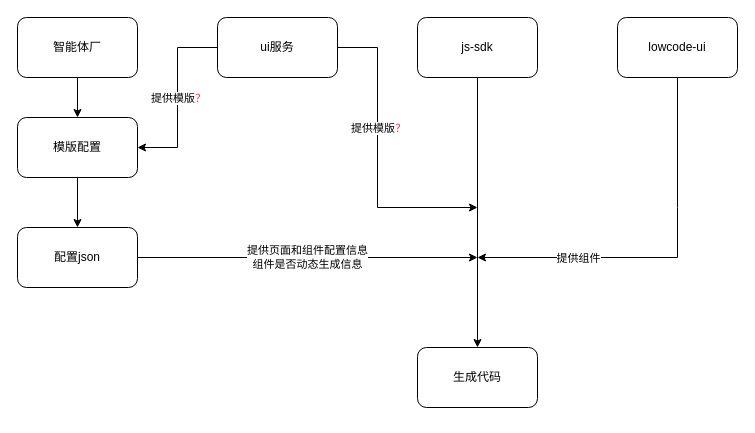
The draw.io diagram ui服务.drawio in Sunkisot/drawio, before the edit. Source tidied: cells renumbered, new cells numbered last; positions are measured from the earlier drawing's top-left corner, leaving out a move shared by most shapes. Both pictures are drawn from the tidied source at 100%, with x=0, y=0 at pixel (17, 17).
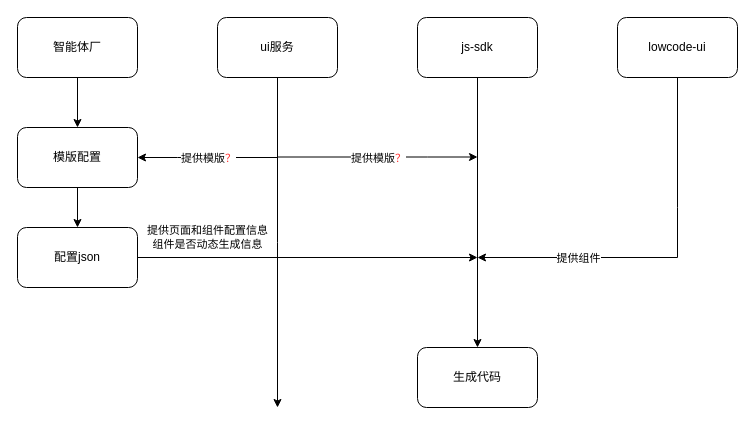
After the change.

The change refers to these unchanged cells:
```xml
<mxCell id="8" value="ui服务" style="rounded=1;whiteSpace=wrap;html=1;" parent="1" vertex="1">
  <mxGeometry x="200" width="120" height="60" as="geometry" />
</mxCell>
<mxCell id="11" value="配置json" style="whiteSpace=wrap;html=1;rounded=1;" parent="1" vertex="1">
  <mxGeometry y="210" width="120" height="60" as="geometry" />
</mxCell>
```

Diff of the diagram source:
```diff
@@
     <mxCell id="5" value="模版配置" style="whiteSpace=wrap;html=1;rounded=1;" parent="1" vertex="1">
-      <mxGeometry y="100" width="120" height="60" as="geometry" />
+      <mxGeometry y="110" width="120" height="60" as="geometry" />
     </mxCell>
@@
+    <mxCell id="19" style="edgeStyle=orthogonalEdgeStyle;rounded=0;jettySize=auto;html=1;fontColor=#000000;" parent="1" edge="1" source="8">
+      <mxGeometry relative="1" as="geometry">
+        <mxPoint x="260" y="390" as="targetPoint" />
+      </mxGeometry>
+    </mxCell>
@@
-    <mxCell id="9" style="endArrow=classic;html=1;rounded=0;exitX=0;exitY=0.5;exitDx=0;exitDy=0;entryX=1;entryY=0.5;entryDx=0;entryDy=0;" parent="1" edge="1" source="8" target="5">
+    <mxCell id="9" style="endArrow=classic;html=1;rounded=0;entryX=1;entryY=0.5;entryDx=0;entryDy=0;" parent="1" edge="1" target="5">
       <mxGeometry relative="1" as="geometry">
+        <mxPoint x="260" y="140" as="sourcePoint" />
         <Array as="points">
-          <mxPoint x="160" y="30" />
-          <mxPoint x="160" y="130" />
+          <mxPoint x="160" y="140" />
         </Array>
       </mxGeometry>
     </mxCell>
@@
-    <mxCell id="13" style="endArrow=classic;html=1;rounded=0;fontColor=#FF3333;exitX=1;exitY=0.5;exitDx=0;exitDy=0;" parent="1" edge="1" source="8">
+    <mxCell id="13" style="endArrow=classic;html=1;rounded=0;fontColor=#FF3333;" parent="1" edge="1">
       <mxGeometry relative="1" as="geometry">
-        <mxPoint x="460" y="190" as="targetPoint" />
+        <mxPoint x="260" y="139.5" as="sourcePoint" />
+        <mxPoint x="460" y="139.5" as="targetPoint" />
         <Array as="points">
-          <mxPoint x="360" y="30" />
-          <mxPoint x="360" y="190" />
+          <mxPoint x="410" y="139.5" />
         </Array>
       </mxGeometry>
     </mxCell>
     <mxCell id="14" value="&lt;font color=&quot;#000000&quot;&gt;提供模版&lt;/font&gt;？" style="edgeLabel;html=1;align=center;verticalAlign=middle;fontColor=#FF3333;" parent="13" vertex="1">
       <mxGeometry relative="1" as="geometry">
-        <mxPoint y="-30" as="offset" />
+        <mxPoint y="1" as="offset" />
       </mxGeometry>
     </mxCell>
     <mxCell id="15" value="提供页面和组件配置信息&lt;br&gt;组件是否动态生成信息" style="endArrow=classic;html=1;rounded=0;fontColor=#000000;exitX=1;exitY=0.5;exitDx=0;exitDy=0;" parent="1" edge="1" source="11">
-      <mxGeometry relative="1" as="geometry">
+      <mxGeometry x="-0.59" y="20" relative="1" as="geometry">
         <mxPoint x="460" y="240" as="targetPoint" />
       </mxGeometry>
     </mxCell>
```
